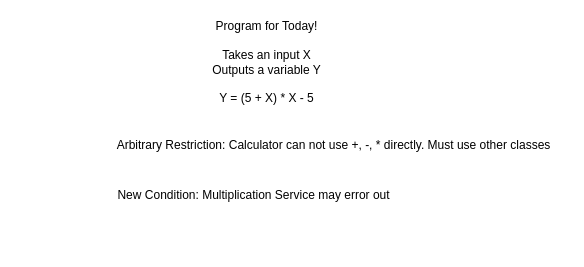
Above: VideoDiagram.drawio in NguyenAndrew/UnitTestVideoTutorial (draw.io), before the change. Source tidied: cells renumbered, new cells numbered last; positions are measured from the earlier drawing's top-left corner, leaving out a move shared by most shapes. Both pictures are drawn from the tidied source at 100%, with x=0, y=0 at pixel (108, 17).
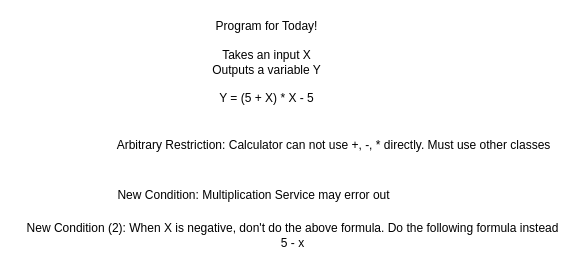
The same page after the edit.

Commit message (it also covers changes not shown here):
Add new functionality for negative numbers

The edit, as a diff of the source:
```diff
@@
 <mxGraphModel>
   <root>
     <mxCell id="0" />
     <mxCell id="1" parent="0" />
     <mxCell id="2" value="Program for Today!&lt;br&gt;&lt;br&gt;Takes an input X&lt;br&gt;Outputs a variable Y&lt;br&gt;&lt;br&gt;Y = (5 + X) * X - 5" style="text;html=1;align=center;verticalAlign=middle;" parent="1" vertex="1">
       <mxGeometry x="98" width="120" height="90" as="geometry" />
     </mxCell>
     <mxCell id="3" value="Arbitrary Restriction: Calculator can not use +, -, * directly. Must use other classes" style="text;html=1;align=center;verticalAlign=middle;" parent="1" vertex="1">
       <mxGeometry y="118" width="450" height="20" as="geometry" />
     </mxCell>
     <mxCell id="4" value="New Condition: Multiplication Service may error out" style="text;html=1;align=center;verticalAlign=middle;" parent="1" vertex="1">
       <mxGeometry y="168" width="290" height="20" as="geometry" />
     </mxCell>
+    <mxCell id="5" value="New Condition (2): When X is negative, don't do the above formula. Do the following formula instead&lt;br&gt;5 - x" style="text;html=1;align=center;verticalAlign=middle;" parent="1" vertex="1">
+      <mxGeometry x="-91" y="203" width="550" height="30" as="geometry" />
+    </mxCell>
   </root>
 </mxGraphModel>
```
